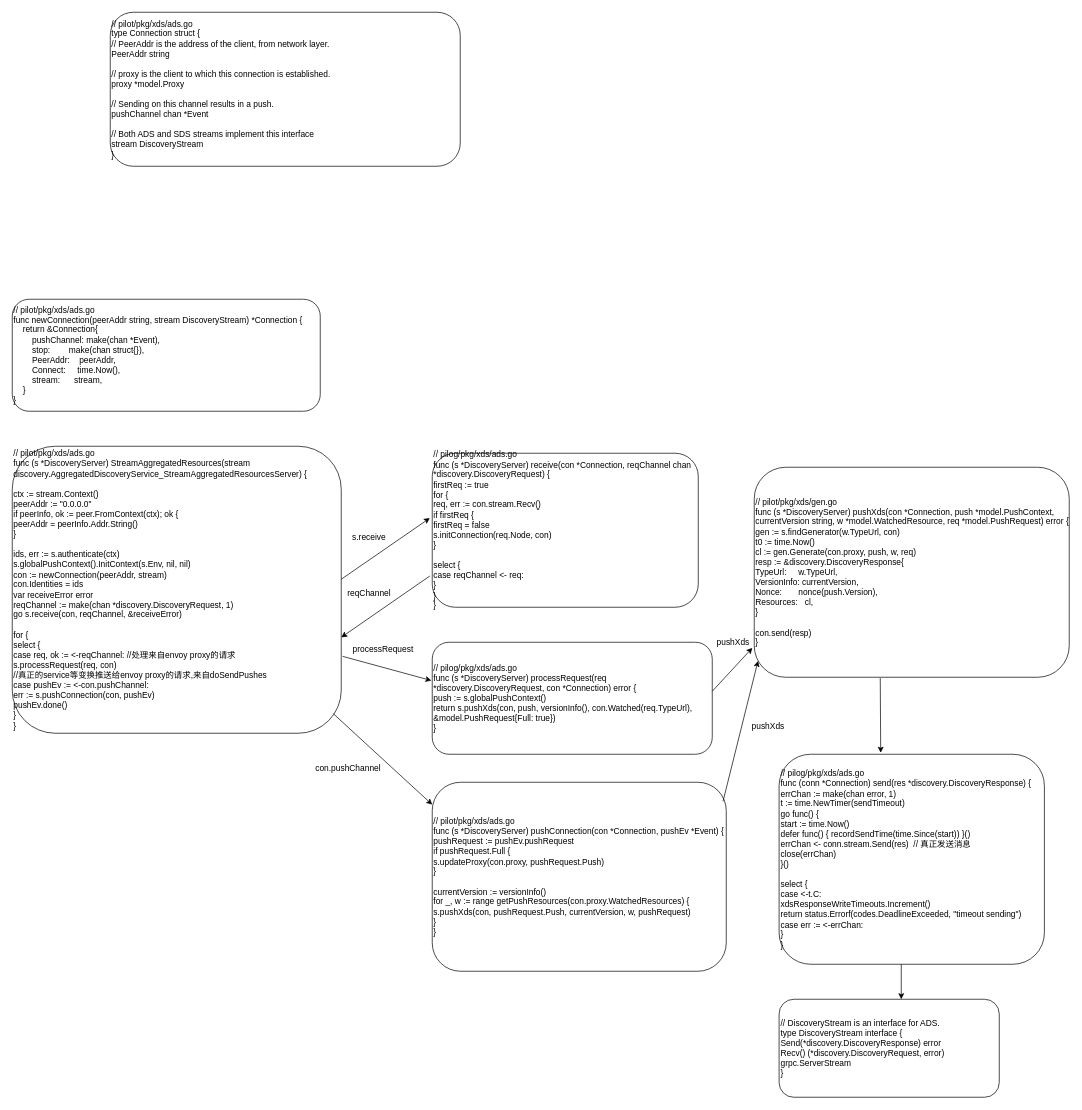
This is kubernetes/istio_pilot_xds_connection.drawio from bjqhfd/draw, a draw.io file, before an edit. Source tidied: cells renumbered, new cells numbered last; positions are measured from the earlier drawing's top-left corner, leaving out a move shared by most shapes. Both pictures are drawn from the tidied source at 70%, with x=0, y=0 at pixel (12, 12).
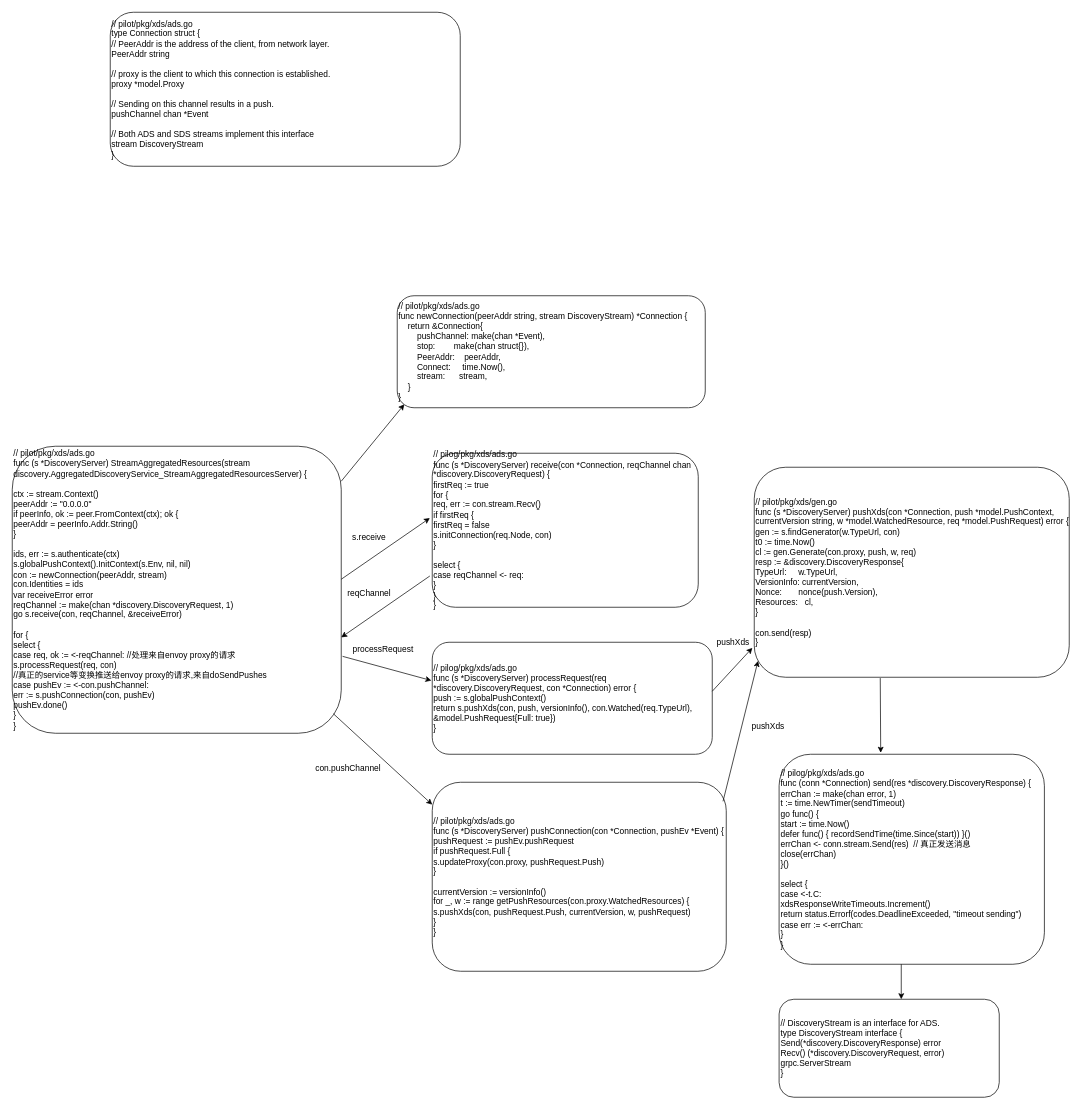
Above is the later version.

Diff of the diagram source:
```diff
@@
     <mxCell id="3" value="&lt;div&gt;// pilot/pkg/xds/ads.go&lt;/div&gt;&lt;div&gt;func newConnection(peerAddr string, stream DiscoveryStream) *Connection {&lt;/div&gt;&lt;div&gt;&lt;span&gt;&lt;/span&gt;&amp;nbsp; &amp;nbsp; return &amp;amp;Connection{&lt;/div&gt;&lt;div&gt;&lt;span&gt;&lt;/span&gt;&amp;nbsp; &amp;nbsp; &amp;nbsp; &amp;nbsp; pushChannel: make(chan *Event),&lt;/div&gt;&lt;div&gt;&lt;span&gt;&lt;/span&gt;&amp;nbsp; &amp;nbsp; &amp;nbsp; &amp;nbsp; stop:&amp;nbsp; &amp;nbsp; &amp;nbsp; &amp;nbsp; make(chan struct{}),&lt;/div&gt;&lt;div&gt;&lt;span&gt;&lt;/span&gt;&amp;nbsp; &amp;nbsp; &amp;nbsp; &amp;nbsp; PeerAddr:&amp;nbsp; &amp;nbsp; peerAddr,&lt;/div&gt;&lt;div&gt;&lt;span&gt;&lt;/span&gt;&amp;nbsp; &amp;nbsp; &amp;nbsp; &amp;nbsp; Connect:&amp;nbsp; &amp;nbsp; &amp;nbsp;time.Now(),&lt;/div&gt;&lt;div&gt;&lt;span&gt;&lt;/span&gt;&amp;nbsp; &amp;nbsp; &amp;nbsp; &amp;nbsp; stream:&amp;nbsp; &amp;nbsp; &amp;nbsp; stream,&lt;/div&gt;&lt;div&gt;&lt;span&gt;&lt;/span&gt;&amp;nbsp; &amp;nbsp; }&lt;/div&gt;&lt;div&gt;}&lt;/div&gt;" style="rounded=1;whiteSpace=wrap;html=1;align=left;" parent="1" vertex="1">
-      <mxGeometry y="410" width="440" height="160" as="geometry" />
+      <mxGeometry x="550" y="405" width="440" height="160" as="geometry" />
     </mxCell>
@@
+    <mxCell id="25" style="endArrow=classic;html=1;entryX=0.023;entryY=0.969;entryDx=0;entryDy=0;entryPerimeter=0;" parent="1" edge="1" target="3">
+      <mxGeometry relative="1" as="geometry">
+        <mxPoint x="470" y="670" as="sourcePoint" />
+      </mxGeometry>
+    </mxCell>
```
